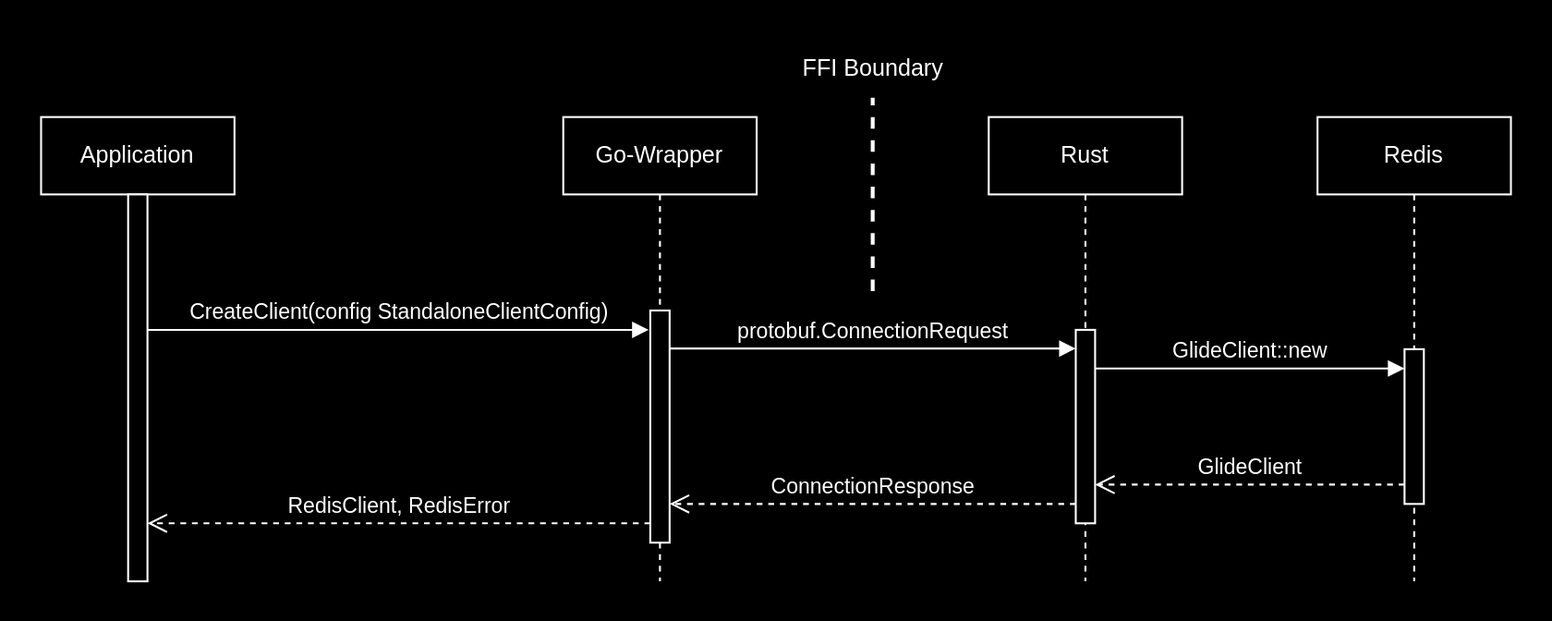
Bit-Quill/valkey-glide keeps this draw.io diagram as docs/img/FFI-conn-sequence.svg. Above is the earlier version. Source tidied: cells renumbered, new cells last; positions are measured from the earlier drawing's top-left corner, leaving out a move shared by most shapes.
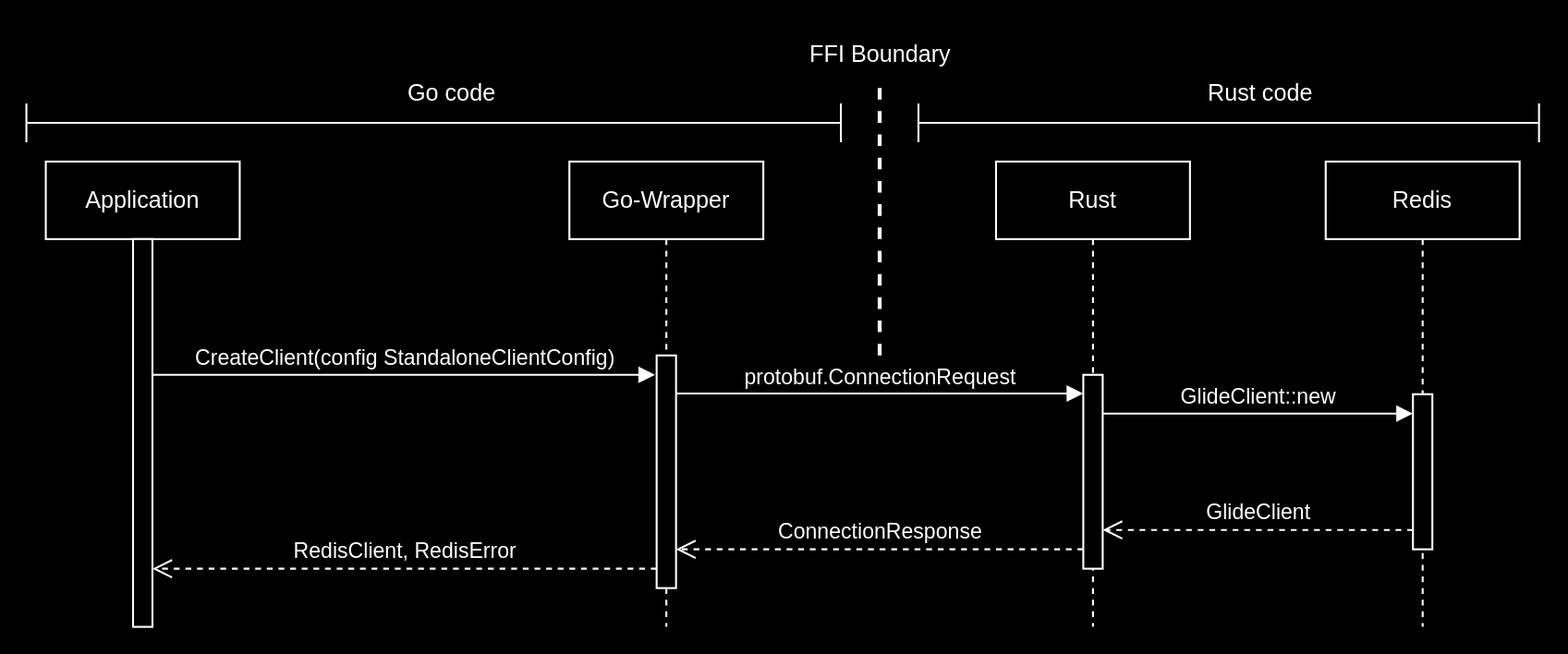
After the change.

Commit message:
Update connection sequence diagram

Change to the diagram source:
```diff
@@ -26,12 +26,6 @@
     <mxCell id="9" style="html=1;points=[[0,0,0,0,5],[0,1,0,0,-5],[1,0,0,0,5],[1,1,0,0,-5]];perimeter=orthogonalPerimeter;outlineConnect=0;targetShapes=umlLifeline;portConstraint=eastwest;newEdgeStyle={&quot;curved&quot;:0,&quot;rounded&quot;:0};" parent="8" vertex="1">
       <mxGeometry x="45" y="120" width="10" height="80" as="geometry" />
     </mxCell>
-    <mxCell id="10" style="endArrow=none;dashed=1;html=1;strokeWidth=2;rounded=0;orthogonal=1;" parent="1" edge="1">
-      <mxGeometry relative="1" as="geometry">
-        <mxPoint x="430" y="130" as="sourcePoint" />
-        <mxPoint x="430" y="30" as="targetPoint" />
-      </mxGeometry>
-    </mxCell>
     <mxCell id="11" value="CreateClient(config StandaloneClientConfig)" style="html=1;verticalAlign=bottom;endArrow=block;curved=0;rounded=0;snapToPoint=1;entryX=-0.081;entryY=-0.001;entryDx=0;entryDy=0;entryPerimeter=0;" parent="1" edge="1">
       <mxGeometry relative="1" as="geometry">
         <mxPoint x="55" y="150" as="sourcePoint" />
@@ -60,14 +54,37 @@
         <mxPoint x="325" y="240" as="targetPoint" />
       </mxGeometry>
     </mxCell>
+    <mxCell id="17" value="RedisClient, RedisError" style="html=1;verticalAlign=bottom;endArrow=open;dashed=1;endSize=8;curved=0;rounded=0;snapToPoint=1;arcSize=20;orthogonal=1;" parent="1" edge="1">
+      <mxGeometry relative="1" as="geometry">
+        <mxPoint x="315" y="250" as="sourcePoint" />
+        <mxPoint x="55" y="250" as="targetPoint" />
+      </mxGeometry>
+    </mxCell>
+    <mxCell id="18" style="endArrow=none;dashed=1;html=1;strokeWidth=2;rounded=0;orthogonal=1;entryX=0.5;entryY=1.05;entryDx=0;entryDy=0;entryPerimeter=0;" parent="1" edge="1" target="16">
+      <mxGeometry relative="1" as="geometry">
+        <mxPoint x="430" y="140" as="sourcePoint" />
+      </mxGeometry>
+    </mxCell>
     <mxCell id="16" value="FFI Boundary" style="text;html=1;align=center;verticalAlign=middle;points=[];strokeColor=none;fillColor=none;" parent="1" vertex="1">
-      <mxGeometry x="380" width="100" height="30" as="geometry" />
+      <mxGeometry x="380" y="-30" width="100" height="30" as="geometry" />
     </mxCell>
-    <mxCell id="17" value="RedisClient, RedisError" style="html=1;verticalAlign=bottom;endArrow=open;dashed=1;endSize=8;curved=0;rounded=0;snapToPoint=1;arcSize=20;orthogonal=1;" parent="1" edge="1">
-      <mxGeometry relative="1" as="geometry">
-        <mxPoint x="315" y="250" as="sourcePoint" />
-        <mxPoint x="55" y="250" as="targetPoint" />
-      </mxGeometry>
-    </mxCell>
+    <mxCell id="19" style="group;" parent="1" vertex="1">
+      <mxGeometry x="-10" y="-10" width="420" height="40" as="geometry" />
+    </mxCell>
+    <mxCell id="20" style="shape=crossbar;whiteSpace=wrap;html=1;rounded=1;" parent="19" vertex="1">
+      <mxGeometry y="20" width="420" height="20" as="geometry" />
+    </mxCell>
+    <mxCell id="21" value="Go code" style="text;html=1;align=center;verticalAlign=middle;strokeColor=none;fillColor=none;" parent="19" vertex="1">
+      <mxGeometry x="184.2" width="70" height="30" as="geometry" />
+    </mxCell>
+    <mxCell id="22" style="group;" parent="1" vertex="1">
+      <mxGeometry x="450" y="-10" width="320" height="40" as="geometry" />
+    </mxCell>
+    <mxCell id="23" style="shape=crossbar;whiteSpace=wrap;html=1;rounded=1;" parent="22" vertex="1">
+      <mxGeometry y="20" width="320" height="20" as="geometry" />
+    </mxCell>
+    <mxCell id="24" value="Rust code" style="text;html=1;align=center;verticalAlign=middle;strokeColor=none;fillColor=none;" parent="22" vertex="1">
+      <mxGeometry x="135.9" width="80" height="30" as="geometry" />
+    </mxCell>
   </root>
 </mxGraphModel>
```
